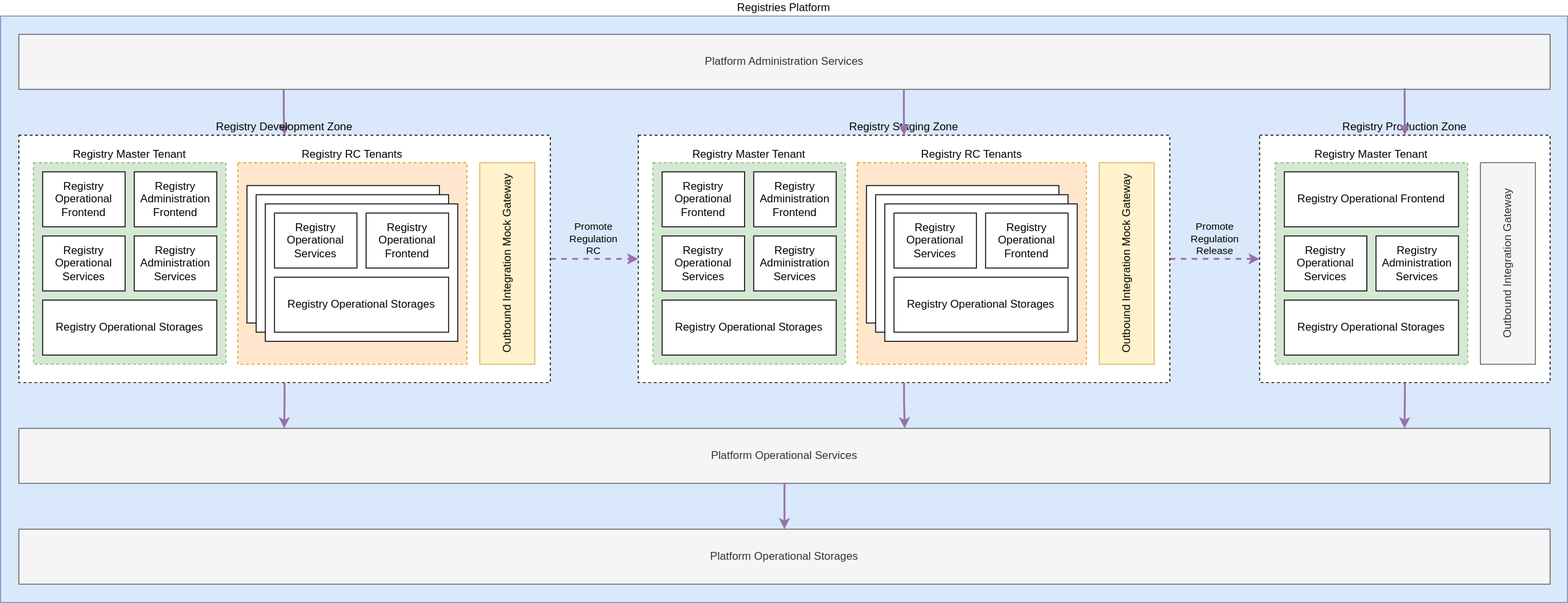
The draw.io diagram modules/tech/images/lowcode/admin-portal/general/single-registry-platform-deployment.svg in epam/edp-ddm-architecture, before a commit. Source tidied: cells renumbered, new cells last; positions are measured from the earlier drawing's top-left corner, leaving out a move shared by most shapes.
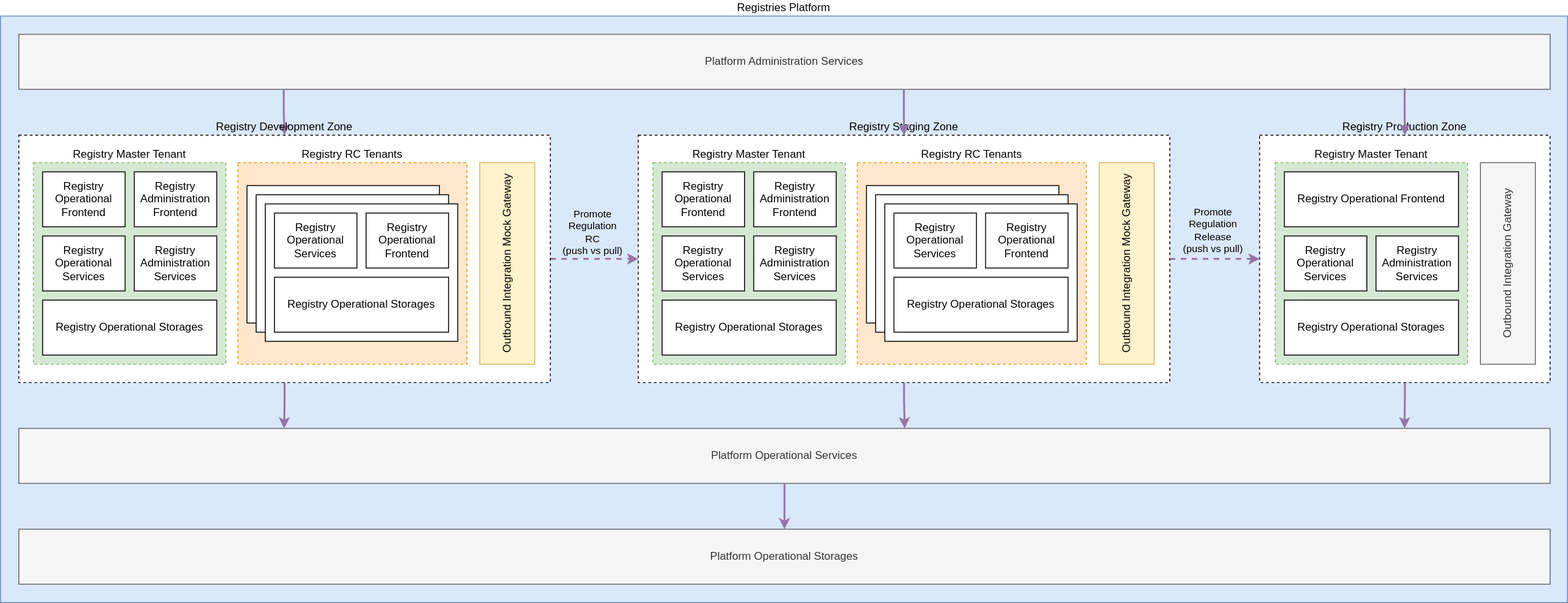
After the change.

Commit message:
[MDTUDDM-6519] Registry CI/CD visuals

Diff of the diagram source:
```diff
@@ -23,9 +23,9 @@
     <mxCell id="8" style="edgeStyle=orthogonalEdgeStyle;rounded=0;jettySize=auto;html=1;strokeWidth=2;fillColor=#e1d5e7;strokeColor=#9673a6;dashed=1;" parent="1" edge="1" source="11" target="33">
       <mxGeometry relative="1" as="geometry" />
     </mxCell>
-    <mxCell id="9" value="&lt;span style=&quot;&quot;&gt;Promote&lt;/span&gt;&lt;br style=&quot;&quot;&gt;&lt;span style=&quot;&quot;&gt;Regulation &lt;br&gt;RC&lt;/span&gt;" style="edgeLabel;html=1;align=center;verticalAlign=middle;labelBackgroundColor=none;" parent="8" vertex="1">
+    <mxCell id="9" value="&lt;span style=&quot;&quot;&gt;Promote&lt;/span&gt;&lt;br style=&quot;&quot;&gt;&lt;span style=&quot;&quot;&gt;Regulation &lt;br&gt;RC&lt;br&gt;&lt;/span&gt;(push vs pull)&lt;span style=&quot;&quot;&gt;&lt;br&gt;&lt;/span&gt;" style="edgeLabel;html=1;align=center;verticalAlign=middle;labelBackgroundColor=none;" parent="8" vertex="1">
       <mxGeometry x="0.11" y="-1" relative="1" as="geometry">
-        <mxPoint x="-7" y="-24" as="offset" />
+        <mxPoint x="-8" y="-31" as="offset" />
       </mxGeometry>
     </mxCell>
     <mxCell id="10" style="edgeStyle=orthogonalEdgeStyle;rounded=0;jettySize=auto;html=1;entryX=0.181;entryY=0.703;entryDx=0;entryDy=0;strokeWidth=2;fillColor=#e1d5e7;strokeColor=#9673a6;entryPerimeter=0;" parent="1" edge="1" source="11" target="2">
@@ -91,9 +91,9 @@
     <mxCell id="30" style="edgeStyle=orthogonalEdgeStyle;rounded=0;jettySize=auto;html=1;entryX=0;entryY=0.5;entryDx=0;entryDy=0;dashed=1;strokeWidth=2;fillColor=#e1d5e7;strokeColor=#9673a6;" parent="1" edge="1" source="33" target="13">
       <mxGeometry relative="1" as="geometry" />
     </mxCell>
-    <mxCell id="31" value="&lt;span style=&quot;&quot;&gt;Promote&lt;/span&gt;&lt;br style=&quot;&quot;&gt;&lt;span style=&quot;&quot;&gt;Regulation &lt;br&gt;Release&lt;/span&gt;" style="edgeLabel;html=1;align=center;verticalAlign=middle;labelBackgroundColor=none;" parent="30" vertex="1">
+    <mxCell id="31" value="&lt;span style=&quot;&quot;&gt;Promote&lt;/span&gt;&lt;br style=&quot;&quot;&gt;&lt;span style=&quot;&quot;&gt;Regulation &lt;br&gt;Release&lt;br&gt;(push vs pull)&lt;br&gt;&lt;/span&gt;" style="edgeLabel;html=1;align=center;verticalAlign=middle;labelBackgroundColor=none;" parent="30" vertex="1">
       <mxGeometry x="-0.07" relative="1" as="geometry">
-        <mxPoint x="2" y="-23" as="offset" />
+        <mxPoint y="-32" as="offset" />
       </mxGeometry>
     </mxCell>
     <mxCell id="32" style="edgeStyle=orthogonalEdgeStyle;rounded=0;jettySize=auto;html=1;entryX=0.577;entryY=0.703;entryDx=0;entryDy=0;strokeWidth=2;fillColor=#e1d5e7;strokeColor=#9673a6;entryPerimeter=0;" parent="1" edge="1" source="33" target="2">
```
